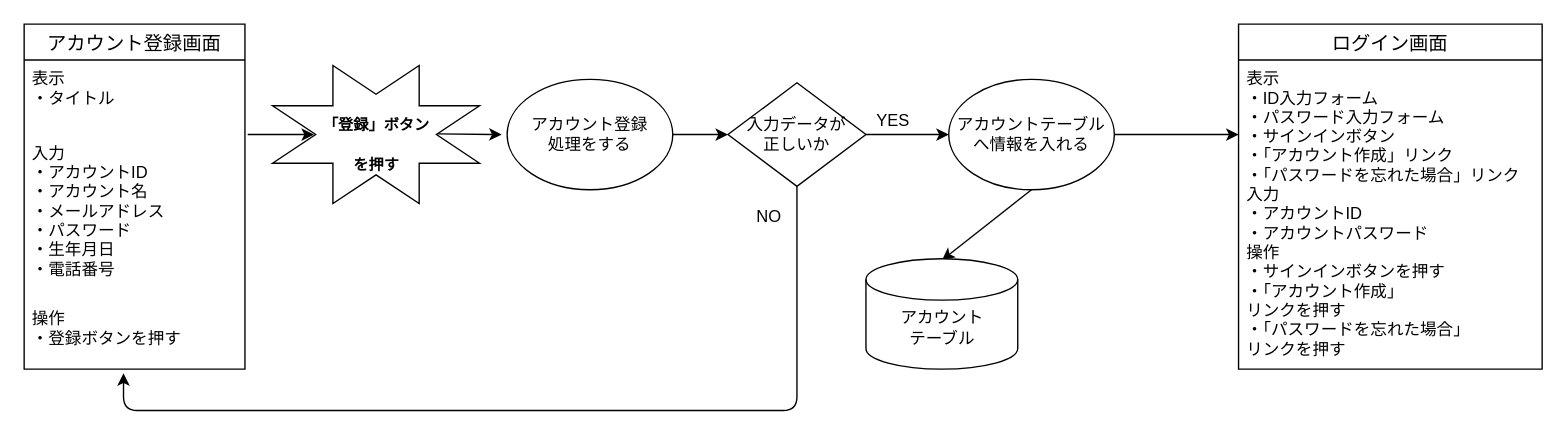
Before: 画面遷移図/登録画面.drawio in Ryusei44237/sotuken, a draw.io diagram. Source tidied: cells renumbered, new cells numbered last; positions are measured from the earlier drawing's top-left corner, leaving out a move shared by most shapes. Both pictures are drawn from the tidied source at 138%, with x=0, y=0 at pixel (23, 23).
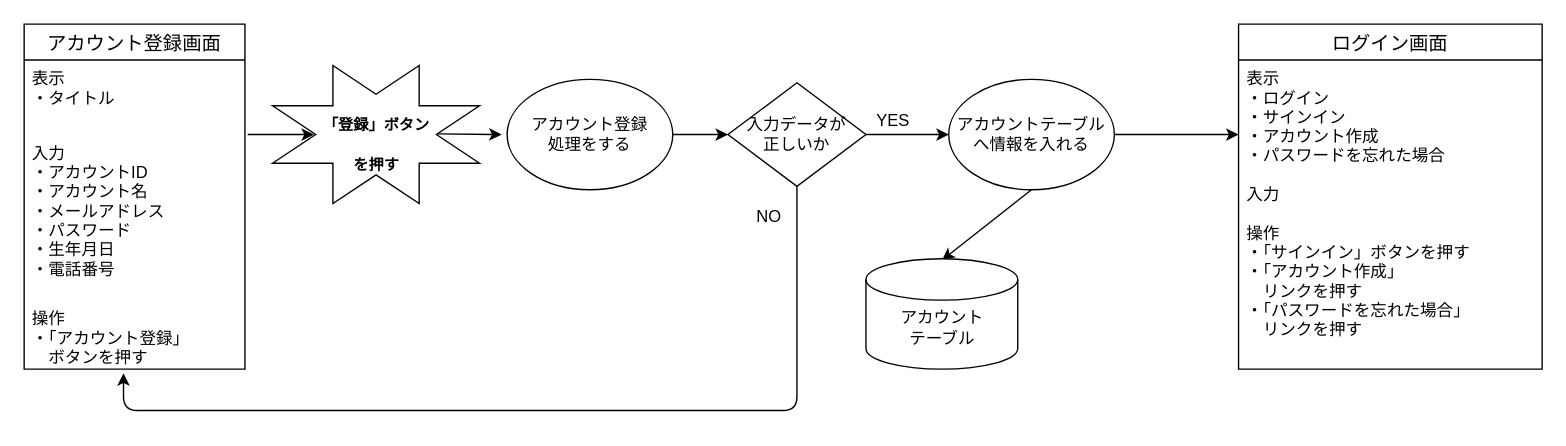
Above is the later version.

Unchanged cells that the change refers to:
```xml
<mxCell id="8" value="アカウント登録画面" style="swimlane;fontStyle=0;horizontal=1;startSize=26;align=center;fontSize=14;strokeColor=#000000;strokeWidth=1;" parent="1" vertex="1">
  <mxGeometry width="160" height="250" as="geometry" />
</mxCell>
```

Change to the diagram source:
```diff
@@
-    <mxCell id="11" value="操作&#10;・登録ボタンを押す&#10;" style="text;strokeColor=none;fillColor=none;spacingLeft=4;spacingRight=4;overflow=hidden;points=[[0,0.5],[1,0.5]];portConstraint=eastwest;fontSize=12;" parent="8" vertex="1">
+    <mxCell id="11" value="操作&#10;・「アカウント登録」&#10;　ボタンを押す&#10;" style="text;strokeColor=none;fillColor=none;spacingLeft=4;spacingRight=4;overflow=hidden;points=[[0,0.5],[1,0.5]];portConstraint=eastwest;fontSize=12;" parent="8" vertex="1">
       <mxGeometry y="200" width="160" height="50" as="geometry" />
     </mxCell>
@@
-    <mxCell id="21" value="ログイン画面" style="swimlane;fontStyle=0;horizontal=1;startSize=26;align=center;fontSize=14;" parent="1" vertex="1">
-      <mxGeometry x="880" width="220" height="250" as="geometry" />
-    </mxCell>
-    <mxCell id="22" value="表示&#10;・ID入力フォーム&#10;・パスワード入力フォーム&#10;・サインインボタン&#10;・「アカウント作成」リンク&#10;・「パスワードを忘れた場合」リンク&#10;入力&#10;・アカウントID&#10;・アカウントパスワード&#10;操作&#10;・サインインボタンを押す&#10;・「アカウント作成」&#10;リンクを押す&#10;・「パスワードを忘れた場合」&#10;リンクを押す" style="text;strokeColor=none;fillColor=none;spacingLeft=4;spacingRight=4;overflow=hidden;fontSize=12;" parent="21" vertex="1">
-      <mxGeometry y="26" width="220" height="224" as="geometry" />
-    </mxCell>
@@
+    <mxCell id="21" value="ログイン画面" style="swimlane;fontStyle=0;horizontal=1;startSize=26;align=center;fontSize=14;" parent="1" vertex="1">
+      <mxGeometry x="880" width="220" height="250" as="geometry" />
+    </mxCell>
+    <mxCell id="25" value="表示&#10;・ログイン&#10;・サインイン&#10;・アカウント作成&#10;・パスワードを忘れた場合&#10;&#10;入力&#10;&#10;操作&#10;・「サインイン」ボタンを押す&#10;・「アカウント作成」&#10;　リンクを押す&#10;・「パスワードを忘れた場合」&#10;　リンクを押す" style="text;strokeColor=none;fillColor=none;spacingLeft=4;spacingRight=4;overflow=hidden;fontSize=12;" parent="21" vertex="1">
+      <mxGeometry y="26" width="220" height="224" as="geometry" />
+    </mxCell>
```
